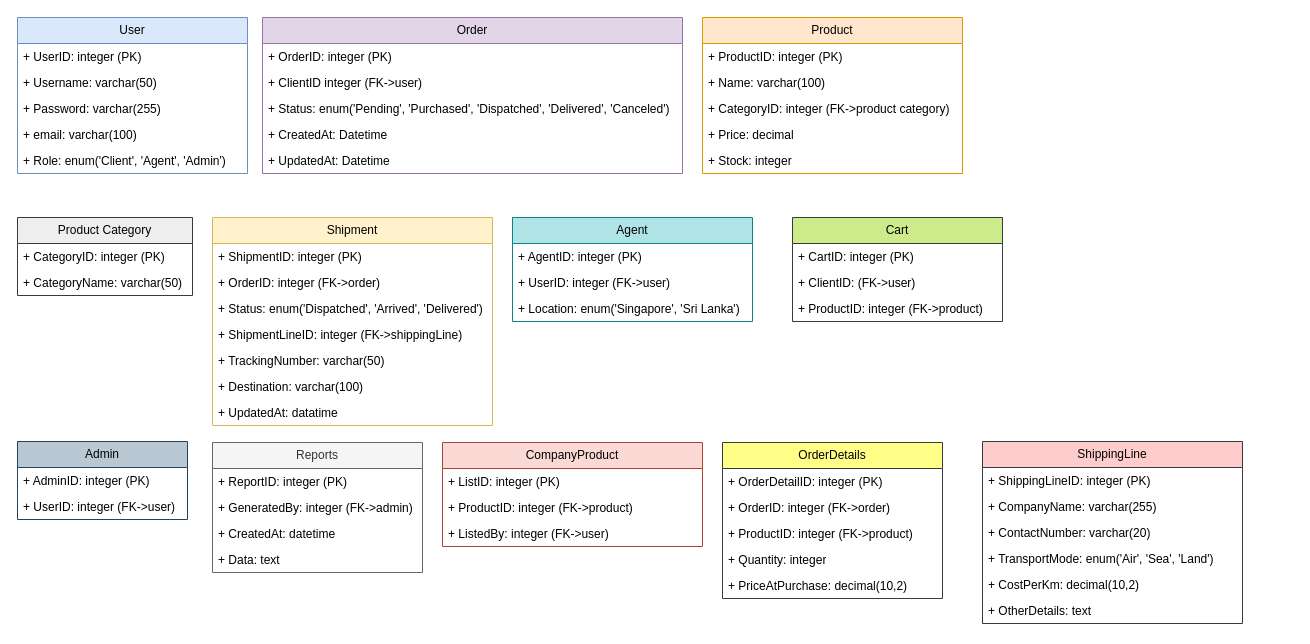
This is diagrams/UML-class-diagram.drawio from K-M-Shehan/software-design-docs, a draw.io file, before an edit. Source tidied: cells renumbered, new cells numbered last; positions are measured from the earlier drawing's top-left corner, leaving out a move shared by most shapes. Both pictures are drawn from the tidied source at 100%, with x=0, y=0 at pixel (17, 17).
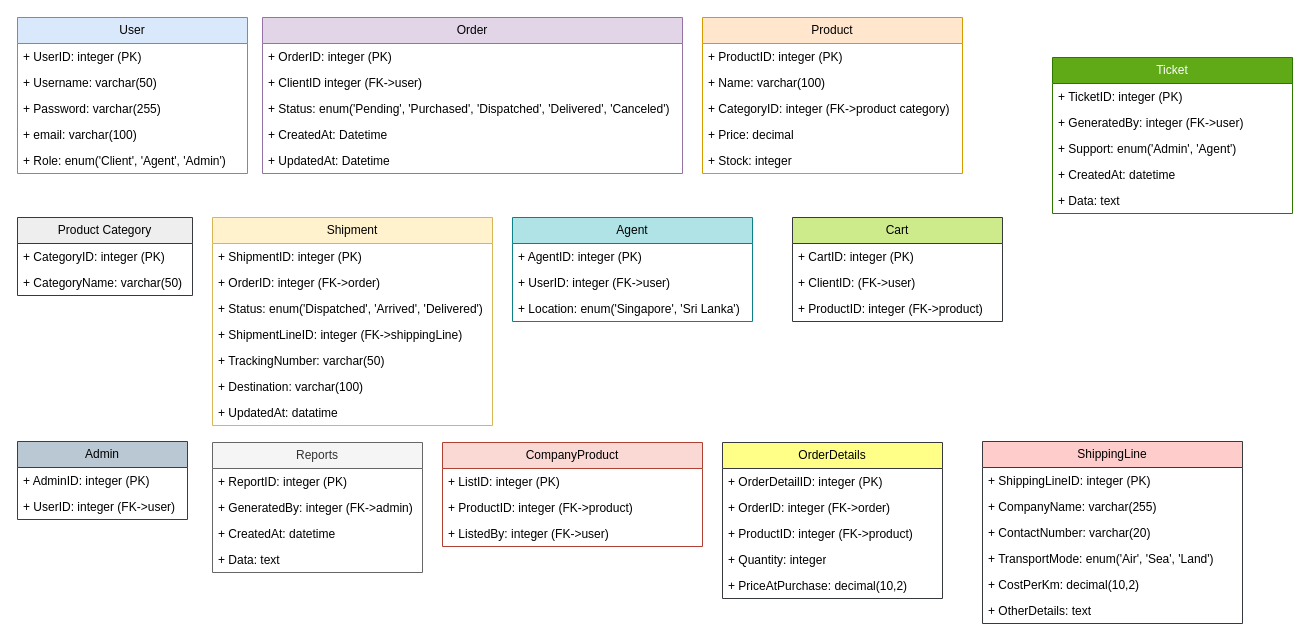
The same page after the edit.

Diff of the diagram source:
```diff
@@
+    <mxCell id="64" value="Ticket" style="swimlane;fontStyle=0;horizontal=1;startSize=26;fillColor=#60a917;whiteSpace=wrap;html=1;strokeColor=#2D7600;fontColor=#ffffff;" parent="1" vertex="1">
+      <mxGeometry x="1035" y="40" width="240" height="156" as="geometry" />
+    </mxCell>
+    <mxCell id="65" value="+ TicketID: integer (PK)" style="text;strokeColor=none;fillColor=none;align=left;verticalAlign=top;spacingLeft=4;spacingRight=4;overflow=hidden;whiteSpace=wrap;html=1;" parent="64" vertex="1">
+      <mxGeometry y="26" width="240" height="26" as="geometry" />
+    </mxCell>
+    <mxCell id="66" value="+ GeneratedBy: integer (FK-&amp;gt;user)" style="text;strokeColor=none;fillColor=none;align=left;verticalAlign=top;spacingLeft=4;spacingRight=4;overflow=hidden;whiteSpace=wrap;html=1;" parent="64" vertex="1">
+      <mxGeometry y="52" width="240" height="26" as="geometry" />
+    </mxCell>
+    <mxCell id="67" value="+ Support: enum('Admin', 'Agent')" style="text;strokeColor=none;fillColor=none;align=left;verticalAlign=top;spacingLeft=4;spacingRight=4;overflow=hidden;whiteSpace=wrap;html=1;" parent="64" vertex="1">
+      <mxGeometry y="78" width="240" height="26" as="geometry" />
+    </mxCell>
+    <mxCell id="68" value="+ CreatedAt: datetime" style="text;strokeColor=none;fillColor=none;align=left;verticalAlign=top;spacingLeft=4;spacingRight=4;overflow=hidden;whiteSpace=wrap;html=1;" parent="64" vertex="1">
+      <mxGeometry y="104" width="240" height="26" as="geometry" />
+    </mxCell>
+    <mxCell id="69" value="+ Data: text" style="text;strokeColor=none;fillColor=none;align=left;verticalAlign=top;spacingLeft=4;spacingRight=4;overflow=hidden;whiteSpace=wrap;html=1;" parent="64" vertex="1">
+      <mxGeometry y="130" width="240" height="26" as="geometry" />
+    </mxCell>
```
